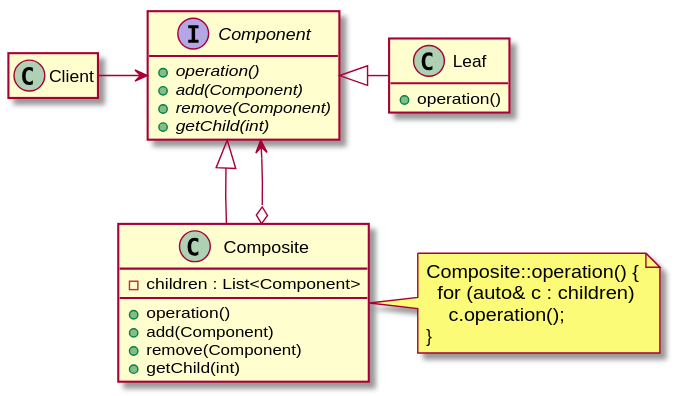
pvc1989/miniWiki keeps this PlantUML diagram as programming/patterns/Composite/Class.svg. Above is the earlier version.
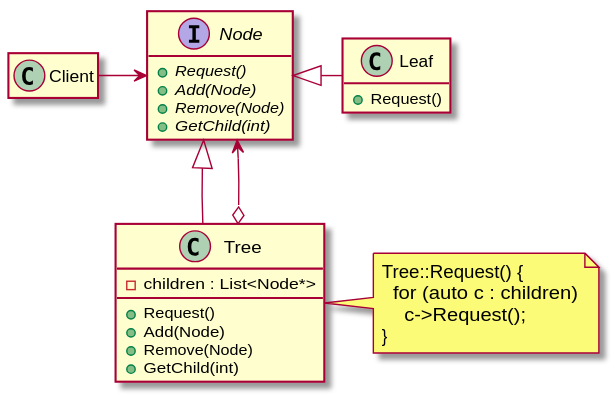
The same diagram one commit later.

Commit message:
Update diagram and description for Composite.

Diff of the diagram source:
```diff
@@ -1,30 +1,30 @@
 @startuml
-Client -> Component
-Component <|- Leaf
-Component <|-- Composite
-Component <--o Composite
+Client -> Node
+Node <|- Leaf
+Node <|-- Tree
+Node <--o Tree
 
-interface Component {
-  {abstract} +operation()
-  {abstract} +add(Component)
-  {abstract} +remove(Component)
-  {abstract} +getChild(int)
+interface Node {
+  {abstract} +Request()
+  {abstract} +Add(Node)
+  {abstract} +Remove(Node)
+  {abstract} +GetChild(int)
 }
 class Leaf {
-  +operation()
+  +Request()
 }
-class Composite {
-  -children : List<Component>
-  +operation()
-  +add(Component)
-  +remove(Component)
-  +getChild(int)
+class Tree {
+  -children : List<Node*>
+  +Request()
+  +Add(Node)
+  +Remove(Node)
+  +GetChild(int)
 }
 
-note right of Composite
-  Composite::operation() {
-    for (auto& c : children)
-      c.operation();
+note right of Tree
+  Tree::Request() {
+    for (auto c : children)
+      c->Request();
   }
 end note
 
```
